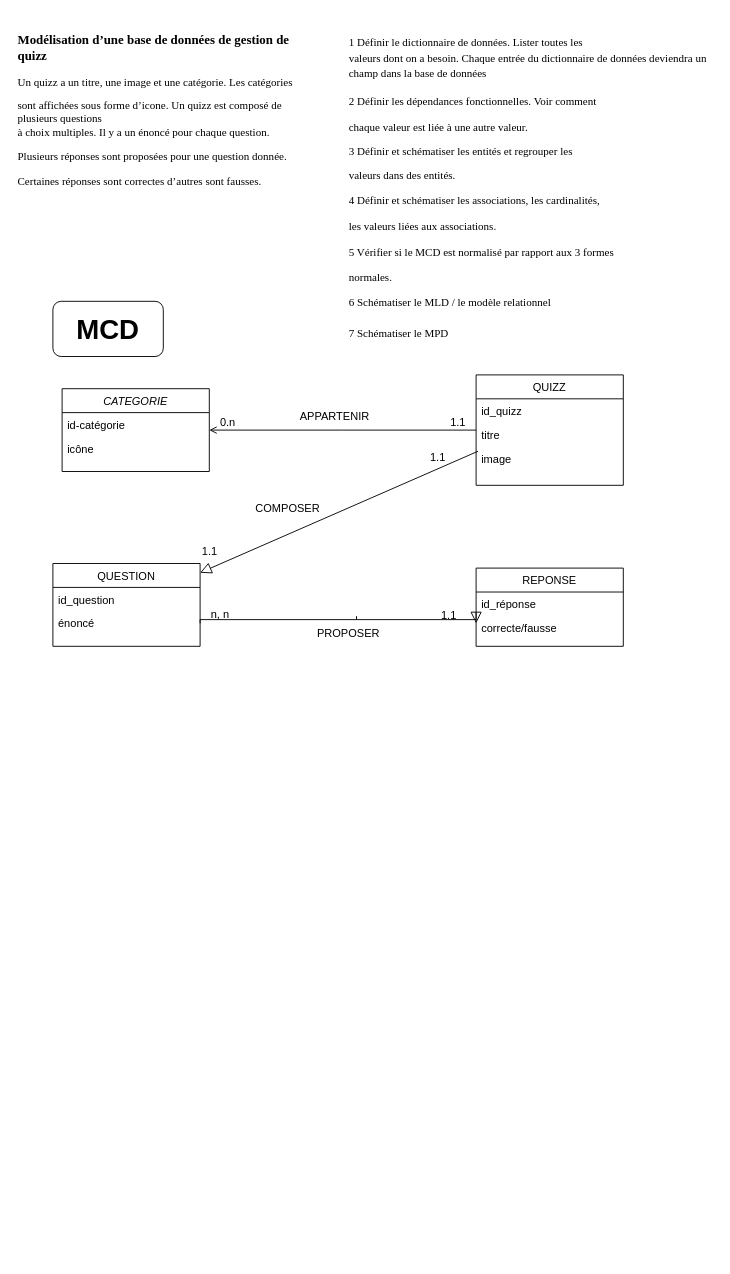
Above: page "MCD" (1 of 3) of MCD.drawio in SabrinaMouginot/Merise (draw.io), before the change. Source tidied: cells renumbered, new cells numbered last; positions are measured from the earlier drawing's top-left corner, leaving out a move shared by most shapes. Both pictures are drawn from the tidied source at 92%, with x=0, y=0 at pixel (16, 16).
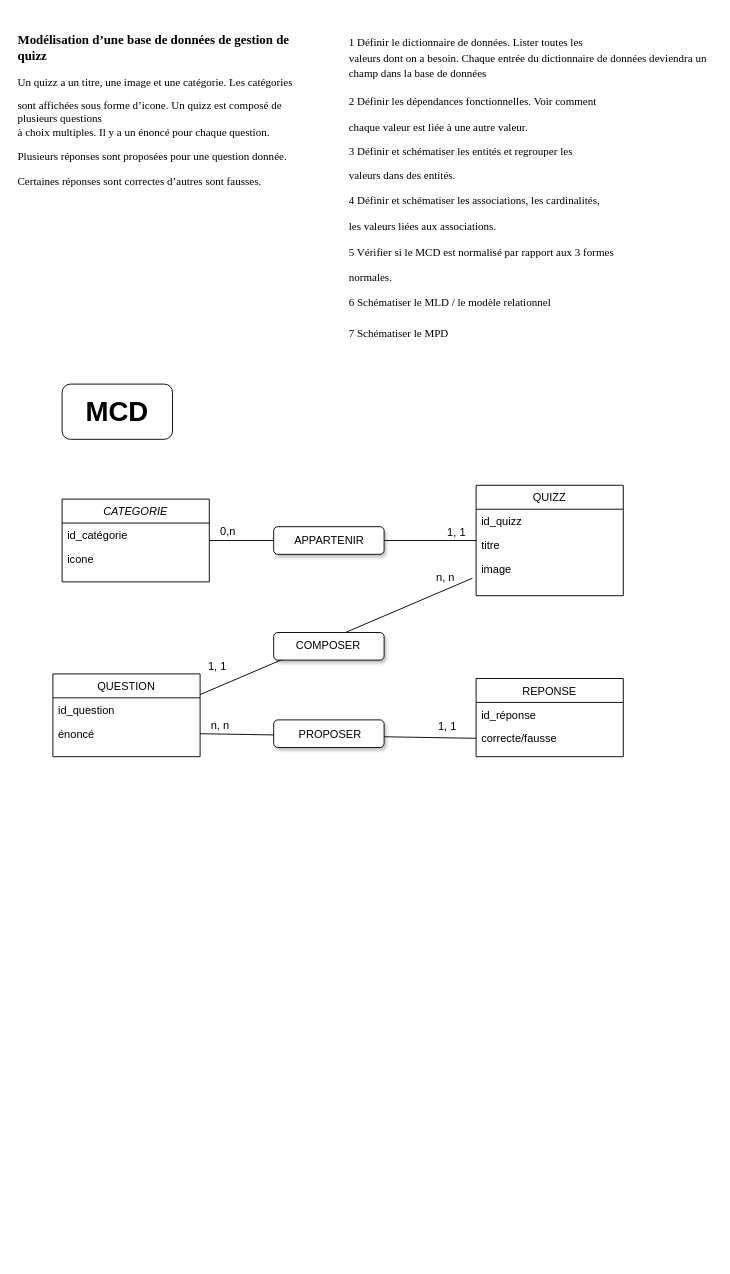
The same diagram, later.

Unchanged cells that the change refers to:
```xml
<mxCell id="10" value="énoncé" style="text;align=left;verticalAlign=top;spacingLeft=4;spacingRight=4;overflow=hidden;points=[[0,0.5],[1,0.5]];portConstraint=eastwest;rounded=0;shadow=0;html=0;" parent="8" vertex="1">
  <mxGeometry y="52" width="160" height="26" as="geometry" />
</mxCell>
<mxCell id="14" value="correcte/fausse" style="text;align=left;verticalAlign=top;spacingLeft=4;spacingRight=4;overflow=hidden;points=[[0,0.5],[1,0.5]];portConstraint=eastwest;rounded=0;shadow=0;html=0;" parent="12" vertex="1">
  <mxGeometry y="52" width="160" height="26" as="geometry" />
</mxCell>
<mxCell id="19" value="image" style="text;align=left;verticalAlign=top;spacingLeft=4;spacingRight=4;overflow=hidden;points=[[0,0.5],[1,0.5]];portConstraint=eastwest;rounded=0;shadow=0;html=0;" parent="16" vertex="1">
  <mxGeometry y="78" width="160" height="26" as="geometry" />
</mxCell>
```

What changed in the source:
```diff
@@
     <mxCell id="5" value="CATEGORIE" style="swimlane;fontStyle=2;align=center;verticalAlign=top;horizontal=1;startSize=26;rounded=0;shadow=0;strokeWidth=1;" parent="1" vertex="1">
-      <mxGeometry x="50" y="405" width="160" height="90" as="geometry" />
+      <mxGeometry x="50" y="525" width="160" height="90" as="geometry" />
     </mxCell>
-    <mxCell id="6" value="id-catégorie" style="text;align=left;verticalAlign=top;spacingLeft=4;spacingRight=4;overflow=hidden;" parent="5" vertex="1">
+    <mxCell id="6" value="id_catégorie" style="text;align=left;verticalAlign=top;spacingLeft=4;spacingRight=4;overflow=hidden;" parent="5" vertex="1">
       <mxGeometry y="26" width="160" height="26" as="geometry" />
     </mxCell>
-    <mxCell id="7" value="icône" style="text;align=left;verticalAlign=top;spacingLeft=4;spacingRight=4;overflow=hidden;rounded=0;shadow=0;html=0;" parent="5" vertex="1">
+    <mxCell id="7" value="icone" style="text;align=left;verticalAlign=top;spacingLeft=4;spacingRight=4;overflow=hidden;rounded=0;shadow=0;html=0;" parent="5" vertex="1">
       <mxGeometry y="52" width="160" height="26" as="geometry" />
     </mxCell>
     <mxCell id="8" value="QUESTION" style="swimlane;fontStyle=0;align=center;verticalAlign=top;horizontal=1;startSize=26;rounded=0;shadow=0;strokeWidth=1;" parent="1" vertex="1">
-      <mxGeometry x="40" y="595" width="160" height="90" as="geometry" />
+      <mxGeometry x="40" y="715" width="160" height="90" as="geometry" />
     </mxCell>
@@
-    <mxCell id="11" style="endArrow=block;endSize=10;endFill=0;shadow=0;strokeWidth=1;rounded=0;elbow=vertical;exitX=0.013;exitY=0.192;exitDx=0;exitDy=0;exitPerimeter=0;" parent="1" edge="1" source="19" target="8">
-      <mxGeometry relative="1" as="geometry" />
-    </mxCell>
     <mxCell id="12" value="REPONSE" style="swimlane;fontStyle=0;align=center;verticalAlign=top;horizontal=1;startSize=26;rounded=0;shadow=0;strokeWidth=1;" parent="1" vertex="1">
-      <mxGeometry x="500" y="600" width="160" height="85" as="geometry" />
+      <mxGeometry x="500" y="720" width="160" height="85" as="geometry" />
     </mxCell>
@@
-    <mxCell id="15" style="endArrow=block;endSize=10;endFill=0;shadow=0;strokeWidth=1;rounded=0;edgeStyle=elbowEdgeStyle;elbow=vertical;startArrow=none;" parent="1" edge="1">
-      <mxGeometry relative="1" as="geometry">
-        <mxPoint x="370" y="652.5" as="sourcePoint" />
-        <mxPoint x="500" y="660" as="targetPoint" />
-      </mxGeometry>
-    </mxCell>
     <mxCell id="16" value="QUIZZ" style="swimlane;fontStyle=0;align=center;verticalAlign=top;horizontal=1;startSize=26;rounded=0;shadow=0;strokeWidth=1;" parent="1" vertex="1">
-      <mxGeometry x="500" y="390" width="160" height="120" as="geometry" />
+      <mxGeometry x="500" y="510" width="160" height="120" as="geometry" />
     </mxCell>
@@
-    <mxCell id="20" style="endArrow=open;shadow=0;strokeWidth=1;rounded=0;endFill=1;edgeStyle=elbowEdgeStyle;elbow=vertical;" parent="1" edge="1" source="16" target="5">
-      <mxGeometry x="0.5" y="41" relative="1" as="geometry">
-        <mxPoint x="-40" y="32" as="offset" />
-      </mxGeometry>
-    </mxCell>
-    <mxCell id="21" value="0.n" style="align=left;verticalAlign=bottom;labelBackgroundColor=none;fontSize=12;" parent="20" vertex="1">
-      <mxGeometry x="-1" relative="1" as="geometry">
-        <mxPoint x="-280" as="offset" />
-      </mxGeometry>
-    </mxCell>
-    <mxCell id="22" value="APPARTENIR" style="text;html=1;align=center;verticalAlign=middle;labelBackgroundColor=none;rounded=0;shadow=0;strokeWidth=1;fontSize=12;" parent="20" vertex="1">
-      <mxGeometry x="0.5" y="49" relative="1" as="geometry">
-        <mxPoint x="63" y="-64" as="offset" />
-      </mxGeometry>
-    </mxCell>
     <mxCell id="23" value="n, n" style="align=left;verticalAlign=bottom;labelBackgroundColor=none;fontSize=12;" parent="1" vertex="1">
-      <mxGeometry x="440" y="470" as="geometry">
+      <mxGeometry x="440" y="590" as="geometry">
         <mxPoint x="-230" y="189" as="offset" />
       </mxGeometry>
     </mxCell>
-    <mxCell id="24" value="1.1" style="align=right;verticalAlign=bottom;labelBackgroundColor=none;fontSize=12;" parent="1" vertex="1">
-      <mxGeometry x="480" y="660" as="geometry" />
+    <mxCell id="24" value="1, 1" style="align=right;verticalAlign=bottom;labelBackgroundColor=none;fontSize=12;" parent="1" vertex="1">
+      <mxGeometry x="480" y="780" as="geometry" />
     </mxCell>
-    <mxCell id="25" value="1.1" style="align=right;verticalAlign=bottom;labelBackgroundColor=none;fontSize=12;" parent="1" vertex="1">
-      <mxGeometry x="220" y="590" as="geometry" />
+    <mxCell id="25" value="1, 1" style="align=right;verticalAlign=bottom;labelBackgroundColor=none;fontSize=12;" parent="1" vertex="1">
+      <mxGeometry x="230" y="715" as="geometry" />
     </mxCell>
-    <mxCell id="26" style="endArrow=none;endSize=10;endFill=0;shadow=0;strokeWidth=1;rounded=0;edgeStyle=elbowEdgeStyle;elbow=vertical;" parent="1" edge="1">
-      <mxGeometry relative="1" as="geometry">
-        <mxPoint x="200" y="660" as="sourcePoint" />
-        <mxPoint x="370" y="652.5" as="targetPoint" />
-      </mxGeometry>
-    </mxCell>
-    <mxCell id="27" value="COMPOSER" style="text;html=1;align=center;verticalAlign=middle;labelBackgroundColor=none;rounded=0;shadow=0;strokeWidth=1;fontSize=12;" parent="1" vertex="1">
-      <mxGeometry x="280" y="530" as="geometry">
-        <mxPoint x="14" y="5" as="offset" />
-      </mxGeometry>
-    </mxCell>
     <mxCell id="28" value="&lt;font style=&quot;font-size: 30px&quot;&gt;&lt;b&gt;MCD&lt;/b&gt;&lt;/font&gt;" style="rounded=1;whiteSpace=wrap;html=1;" parent="1" vertex="1">
-      <mxGeometry x="40" y="310" width="120" height="60" as="geometry" />
+      <mxGeometry x="50" y="400" width="120" height="60" as="geometry" />
     </mxCell>
-    <mxCell id="29" value="1.1" style="align=right;verticalAlign=bottom;labelBackgroundColor=none;fontSize=12;" parent="1" vertex="1">
-      <mxGeometry x="490" y="450" as="geometry" />
+    <mxCell id="29" value="1, 1" style="align=right;verticalAlign=bottom;labelBackgroundColor=none;fontSize=12;" parent="1" vertex="1">
+      <mxGeometry x="490" y="570" as="geometry" />
     </mxCell>
-    <mxCell id="30" value="1.1" style="align=right;verticalAlign=bottom;labelBackgroundColor=none;fontSize=12;" parent="1" vertex="1">
-      <mxGeometry x="500" y="460" as="geometry">
+    <mxCell id="30" value="n, n" style="align=right;verticalAlign=bottom;labelBackgroundColor=none;fontSize=12;" parent="1" vertex="1">
+      <mxGeometry x="510" y="590" as="geometry">
         <mxPoint x="-32" y="28" as="offset" />
       </mxGeometry>
     </mxCell>
+    <mxCell id="32" value="0,n" style="text;html=1;align=center;verticalAlign=middle;strokeColor=none;fillColor=none;" parent="1" vertex="1">
+      <mxGeometry x="215" y="550" width="30" height="20" as="geometry" />
+    </mxCell>
+    <mxCell id="33" style="endArrow=none;html=1;rounded=0;fontSize=18;" parent="1" edge="1">
+      <mxGeometry relative="1" as="geometry">
+        <mxPoint x="210" y="570" as="sourcePoint" />
+        <mxPoint x="500" y="570" as="targetPoint" />
+      </mxGeometry>
+    </mxCell>
+    <mxCell id="34" style="endArrow=none;html=1;rounded=0;fontSize=18;exitX=1;exitY=0.25;exitDx=0;exitDy=0;entryX=-0.025;entryY=0.885;entryDx=0;entryDy=0;entryPerimeter=0;" parent="1" edge="1" source="8" target="19">
+      <mxGeometry relative="1" as="geometry" />
+    </mxCell>
+    <mxCell id="35" style="rounded=1;whiteSpace=wrap;html=1;shadow=1;fontSize=18;" parent="1" vertex="1">
+      <mxGeometry x="280" y="670" width="120" height="30" as="geometry" />
+    </mxCell>
+    <mxCell id="27" value="COMPOSER" style="text;html=1;align=center;verticalAlign=middle;labelBackgroundColor=none;rounded=0;shadow=0;strokeWidth=1;fontSize=12;" parent="1" vertex="1">
+      <mxGeometry x="310" y="690" as="geometry">
+        <mxPoint x="28" y="-7" as="offset" />
+      </mxGeometry>
+    </mxCell>
+    <mxCell id="36" style="endArrow=none;html=1;rounded=0;fontSize=18;exitX=1;exitY=0.5;exitDx=0;exitDy=0;entryX=0;entryY=0.5;entryDx=0;entryDy=0;" parent="1" edge="1" source="10" target="14">
+      <mxGeometry relative="1" as="geometry" />
+    </mxCell>
+    <mxCell id="37" style="rounded=1;whiteSpace=wrap;html=1;shadow=1;fontSize=18;" parent="1" vertex="1">
+      <mxGeometry x="280" y="765" width="120" height="30" as="geometry" />
+    </mxCell>
     <mxCell id="31" value="PROPOSER" style="text;html=1;align=center;verticalAlign=middle;labelBackgroundColor=none;rounded=0;shadow=0;strokeWidth=1;fontSize=12;" parent="1" vertex="1">
-      <mxGeometry x="360" y="670" as="geometry" />
+      <mxGeometry x="340" y="780" as="geometry" />
     </mxCell>
+    <mxCell id="38" style="rounded=1;whiteSpace=wrap;html=1;shadow=1;fontSize=18;" parent="1" vertex="1">
+      <mxGeometry x="280" y="555" width="120" height="30" as="geometry" />
+    </mxCell>
+    <mxCell id="22" value="APPARTENIR" style="text;html=1;align=center;verticalAlign=middle;strokeColor=none;fillColor=none;shadow=1;" parent="1" vertex="1">
+      <mxGeometry x="295" y="560" width="90" height="20" as="geometry" />
+    </mxCell>
```
